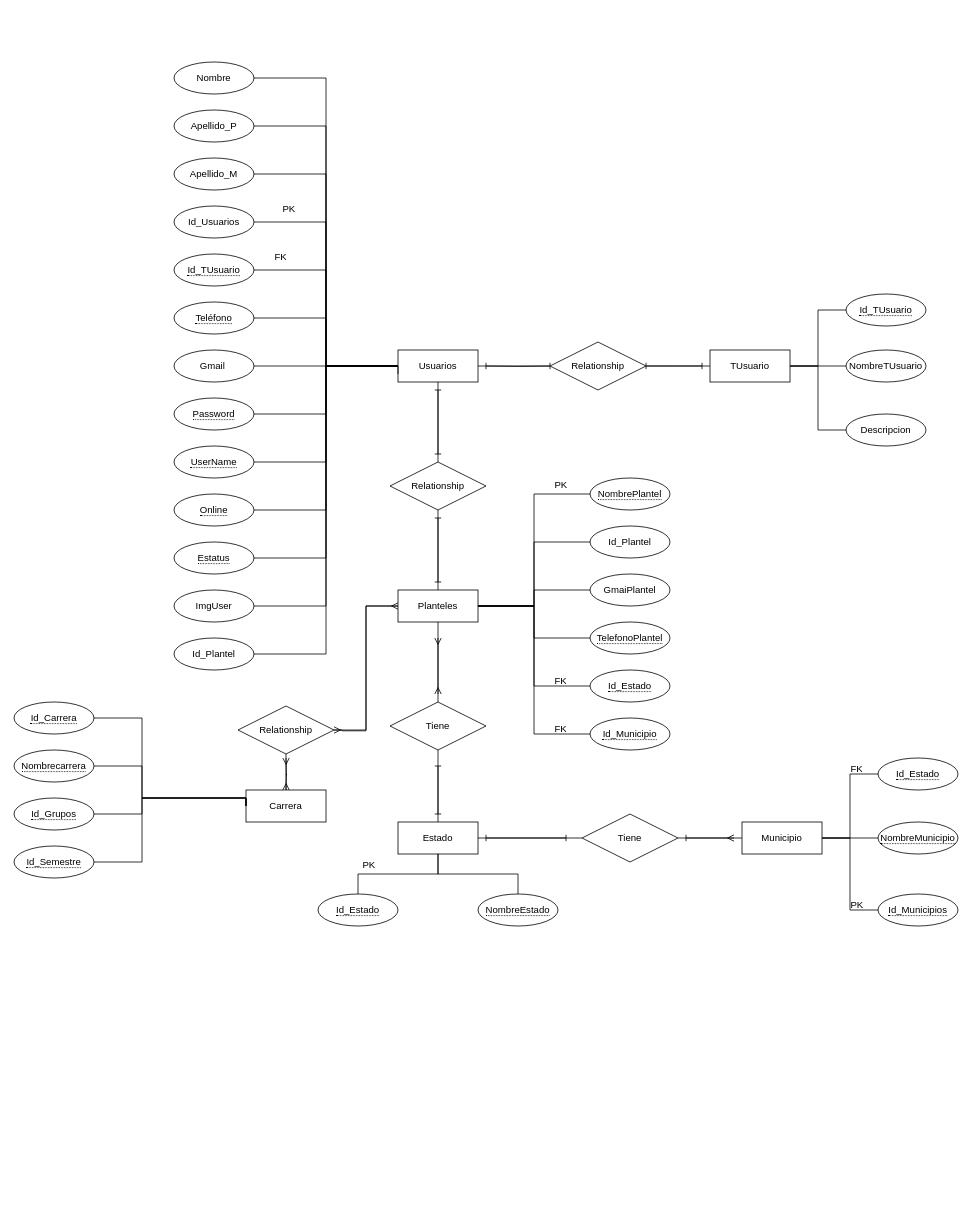
JosephPH7/ProyectoCode keeps this draw.io diagram as Diagrama code.drawio. Above is the earlier version. Source tidied: cells renumbered, new cells numbered last; positions are measured from the earlier drawing's top-left corner, leaving out a move shared by most shapes. Both pictures are drawn from the tidied source at 80%, with x=0, y=0 at pixel (14, 62).
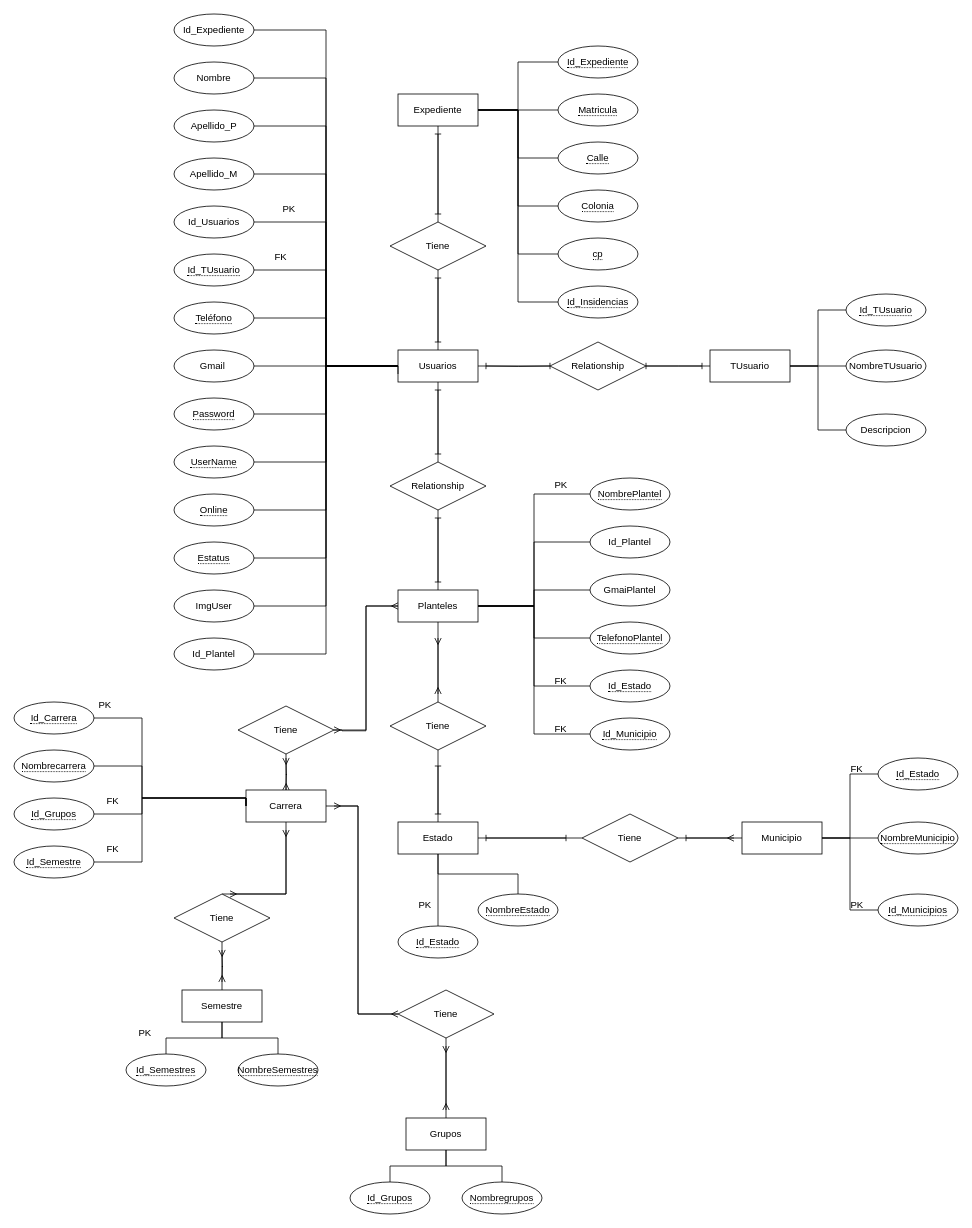
The same diagram, later.

Unchanged cells that the change refers to:
```xml
<mxCell id="6" value="Usuarios" style="whiteSpace=wrap;html=1;align=center;" parent="1" vertex="1">
  <mxGeometry x="480" y="360" width="100" height="40" as="geometry" />
</mxCell>
<mxCell id="91" value="Carrera" style="whiteSpace=wrap;html=1;align=center;" parent="1" vertex="1">
  <mxGeometry x="290" y="910" width="100" height="40" as="geometry" />
</mxCell>
```

Change to the diagram source:
```diff
@@
     <mxCell id="74" value="&lt;span style=&quot;border-bottom: 1px dotted&quot;&gt;Id_Estado&lt;/span&gt;" style="ellipse;whiteSpace=wrap;html=1;align=center;" parent="1" vertex="1">
-      <mxGeometry x="380" y="1040" width="100" height="40" as="geometry" />
+      <mxGeometry x="480" y="1080" width="100" height="40" as="geometry" />
     </mxCell>
@@
     <mxCell id="88" value="PK" style="text;strokeColor=none;fillColor=none;spacingLeft=4;spacingRight=4;overflow=hidden;fontSize=12;whiteSpace=wrap;html=1;" parent="1" vertex="1">
-      <mxGeometry x="430" y="990" width="40" height="30" as="geometry" />
+      <mxGeometry x="500" y="1040" width="40" height="30" as="geometry" />
     </mxCell>
@@
+    <mxCell id="103" style="edgeStyle=orthogonalEdgeStyle;rounded=0;jettySize=auto;html=1;entryX=0;entryY=0.5;entryDx=0;entryDy=0;endArrow=none;endFill=0;" parent="1" edge="1" source="91" target="121">
+      <mxGeometry relative="1" as="geometry">
+        <Array as="points">
+          <mxPoint x="430" y="930" />
+          <mxPoint x="430" y="1190" />
+        </Array>
+      </mxGeometry>
+    </mxCell>
+    <mxCell id="104" style="edgeStyle=orthogonalEdgeStyle;rounded=0;orthogonalLoop=1;jettySize=auto;html=1;endArrow=ERmany;endFill=0;startArrow=ERmany;startFill=0;" parent="1" edge="1">
+      <mxGeometry relative="1" as="geometry">
+        <mxPoint x="400" y="930" as="sourcePoint" />
+        <mxPoint x="480" y="1190" as="targetPoint" />
+        <Array as="points">
+          <mxPoint x="430" y="930" />
+          <mxPoint x="430" y="1190" />
+        </Array>
+      </mxGeometry>
+    </mxCell>
@@
-    <mxCell id="102" value="Relationship" style="shape=rhombus;perimeter=rhombusPerimeter;whiteSpace=wrap;html=1;align=center;" parent="1" vertex="1">
+    <mxCell id="102" value="Tiene" style="shape=rhombus;perimeter=rhombusPerimeter;whiteSpace=wrap;html=1;align=center;" parent="1" vertex="1">
       <mxGeometry x="280" y="805" width="120" height="60" as="geometry" />
     </mxCell>
+    <mxCell id="105" value="FK" style="text;strokeColor=none;fillColor=none;spacingLeft=4;spacingRight=4;overflow=hidden;fontSize=12;whiteSpace=wrap;html=1;" parent="1" vertex="1">
+      <mxGeometry x="110" y="970" width="40" height="30" as="geometry" />
+    </mxCell>
+    <mxCell id="106" value="FK" style="text;strokeColor=none;fillColor=none;spacingLeft=4;spacingRight=4;overflow=hidden;fontSize=12;whiteSpace=wrap;html=1;" parent="1" vertex="1">
+      <mxGeometry x="110" y="910" width="40" height="30" as="geometry" />
+    </mxCell>
+    <mxCell id="107" value="PK" style="text;strokeColor=none;fillColor=none;spacingLeft=4;spacingRight=4;overflow=hidden;fontSize=12;whiteSpace=wrap;html=1;" parent="1" vertex="1">
+      <mxGeometry x="100" y="790" width="40" height="30" as="geometry" />
+    </mxCell>
+    <mxCell id="108" style="edgeStyle=orthogonalEdgeStyle;rounded=0;jettySize=auto;html=1;entryX=0.5;entryY=1;entryDx=0;entryDy=0;endArrow=none;endFill=0;" parent="1" edge="1" source="110" target="91">
+      <mxGeometry relative="1" as="geometry">
+        <Array as="points">
+          <mxPoint x="340" y="1040" />
+        </Array>
+      </mxGeometry>
+    </mxCell>
+    <mxCell id="109" style="edgeStyle=orthogonalEdgeStyle;rounded=0;orthogonalLoop=1;jettySize=auto;html=1;startArrow=ERmany;startFill=0;endArrow=ERmany;endFill=0;" parent="1" edge="1">
+      <mxGeometry relative="1" as="geometry">
+        <mxPoint x="270" y="1040" as="sourcePoint" />
+        <mxPoint x="340" y="960" as="targetPoint" />
+        <Array as="points">
+          <mxPoint x="340" y="1040" />
+        </Array>
+      </mxGeometry>
+    </mxCell>
+    <mxCell id="110" value="Tiene" style="shape=rhombus;perimeter=rhombusPerimeter;whiteSpace=wrap;html=1;align=center;" parent="1" vertex="1">
+      <mxGeometry x="200" y="1040" width="120" height="60" as="geometry" />
+    </mxCell>
+    <mxCell id="111" style="edgeStyle=orthogonalEdgeStyle;rounded=0;jettySize=auto;html=1;entryX=0.5;entryY=1;entryDx=0;entryDy=0;endArrow=none;endFill=0;" parent="1" edge="1" source="113" target="110">
+      <mxGeometry relative="1" as="geometry" />
+    </mxCell>
+    <mxCell id="112" style="edgeStyle=orthogonalEdgeStyle;rounded=0;orthogonalLoop=1;jettySize=auto;html=1;startArrow=ERmany;startFill=0;endArrow=ERmany;endFill=0;" parent="1" edge="1">
+      <mxGeometry relative="1" as="geometry">
+        <mxPoint x="260" y="1150" as="sourcePoint" />
+        <mxPoint x="260" y="1110" as="targetPoint" />
+      </mxGeometry>
+    </mxCell>
+    <mxCell id="113" value="Semestre" style="whiteSpace=wrap;html=1;align=center;" parent="1" vertex="1">
+      <mxGeometry x="210" y="1160" width="100" height="40" as="geometry" />
+    </mxCell>
+    <mxCell id="114" style="edgeStyle=orthogonalEdgeStyle;rounded=0;jettySize=auto;html=1;entryX=0.5;entryY=1;entryDx=0;entryDy=0;endArrow=none;endFill=0;" parent="1" edge="1" source="115" target="113">
+      <mxGeometry relative="1" as="geometry" />
+    </mxCell>
+    <mxCell id="115" value="&lt;span style=&quot;border-bottom: 1px dotted&quot;&gt;NombreSemestres&lt;/span&gt;" style="ellipse;whiteSpace=wrap;html=1;align=center;" parent="1" vertex="1">
+      <mxGeometry x="280" y="1240" width="100" height="40" as="geometry" />
+    </mxCell>
+    <mxCell id="116" style="edgeStyle=orthogonalEdgeStyle;rounded=0;jettySize=auto;html=1;entryX=0.5;entryY=1;entryDx=0;entryDy=0;endArrow=none;endFill=0;" parent="1" edge="1" source="117" target="113">
+      <mxGeometry relative="1" as="geometry" />
+    </mxCell>
+    <mxCell id="117" value="&lt;span style=&quot;border-bottom: 1px dotted&quot;&gt;Id_Semestres&lt;/span&gt;" style="ellipse;whiteSpace=wrap;html=1;align=center;" parent="1" vertex="1">
+      <mxGeometry x="140" y="1240" width="100" height="40" as="geometry" />
+    </mxCell>
+    <mxCell id="118" value="PK" style="text;strokeColor=none;fillColor=none;spacingLeft=4;spacingRight=4;overflow=hidden;fontSize=12;whiteSpace=wrap;html=1;" parent="1" vertex="1">
+      <mxGeometry x="150" y="1200" width="40" height="30" as="geometry" />
+    </mxCell>
+    <mxCell id="119" style="edgeStyle=orthogonalEdgeStyle;rounded=0;jettySize=auto;html=1;endArrow=none;endFill=0;" parent="1" edge="1" source="121" target="122">
+      <mxGeometry relative="1" as="geometry" />
+    </mxCell>
+    <mxCell id="120" style="edgeStyle=orthogonalEdgeStyle;rounded=0;orthogonalLoop=1;jettySize=auto;html=1;startArrow=ERmany;startFill=0;endArrow=ERmany;endFill=0;" parent="1" edge="1">
+      <mxGeometry relative="1" as="geometry">
+        <mxPoint x="540" y="1230" as="sourcePoint" />
+        <mxPoint x="540" y="1310" as="targetPoint" />
+      </mxGeometry>
+    </mxCell>
+    <mxCell id="121" value="Tiene" style="shape=rhombus;perimeter=rhombusPerimeter;whiteSpace=wrap;html=1;align=center;" parent="1" vertex="1">
+      <mxGeometry x="480" y="1160" width="120" height="60" as="geometry" />
+    </mxCell>
+    <mxCell id="122" value="Grupos" style="whiteSpace=wrap;html=1;align=center;" parent="1" vertex="1">
+      <mxGeometry x="490" y="1320" width="100" height="40" as="geometry" />
+    </mxCell>
+    <mxCell id="123" style="edgeStyle=orthogonalEdgeStyle;rounded=0;jettySize=auto;html=1;endArrow=none;endFill=0;" parent="1" edge="1" source="124" target="122">
+      <mxGeometry relative="1" as="geometry" />
+    </mxCell>
+    <mxCell id="124" value="&lt;span style=&quot;border-bottom: 1px dotted&quot;&gt;Nombregrupos&lt;/span&gt;" style="ellipse;whiteSpace=wrap;html=1;align=center;" parent="1" vertex="1">
+      <mxGeometry x="560" y="1400" width="100" height="40" as="geometry" />
+    </mxCell>
+    <mxCell id="125" style="edgeStyle=orthogonalEdgeStyle;rounded=0;jettySize=auto;html=1;entryX=0.5;entryY=1;entryDx=0;entryDy=0;endArrow=none;endFill=0;" parent="1" edge="1" source="126" target="122">
+      <mxGeometry relative="1" as="geometry" />
+    </mxCell>
+    <mxCell id="126" value="&lt;span style=&quot;border-bottom: 1px dotted&quot;&gt;Id_Grupos&lt;/span&gt;" style="ellipse;whiteSpace=wrap;html=1;align=center;" parent="1" vertex="1">
+      <mxGeometry x="420" y="1400" width="100" height="40" as="geometry" />
+    </mxCell>
+    <mxCell id="127" style="edgeStyle=orthogonalEdgeStyle;rounded=0;jettySize=auto;html=1;entryX=0;entryY=0.5;entryDx=0;entryDy=0;endArrow=none;endFill=0;" parent="1" edge="1" source="128" target="6">
+      <mxGeometry relative="1" as="geometry" />
+    </mxCell>
+    <mxCell id="128" value="Id_Expediente" style="ellipse;whiteSpace=wrap;html=1;align=center;" parent="1" vertex="1">
+      <mxGeometry x="200" y="-60" width="100" height="40" as="geometry" />
+    </mxCell>
+    <mxCell id="129" style="edgeStyle=orthogonalEdgeStyle;rounded=0;jettySize=auto;html=1;endArrow=none;endFill=0;" parent="1" edge="1" source="133" target="6">
+      <mxGeometry relative="1" as="geometry" />
+    </mxCell>
+    <mxCell id="130" style="edgeStyle=orthogonalEdgeStyle;rounded=0;orthogonalLoop=1;jettySize=auto;html=1;endArrow=baseDash;endFill=0;startArrow=baseDash;startFill=0;" parent="1" edge="1">
+      <mxGeometry relative="1" as="geometry">
+        <mxPoint x="530" y="270" as="sourcePoint" />
+        <mxPoint x="530" y="350" as="targetPoint" />
+      </mxGeometry>
+    </mxCell>
+    <mxCell id="131" style="edgeStyle=orthogonalEdgeStyle;rounded=0;jettySize=auto;html=1;entryX=0.5;entryY=1;entryDx=0;entryDy=0;endArrow=none;endFill=0;" parent="1" edge="1" source="133" target="134">
+      <mxGeometry relative="1" as="geometry" />
+    </mxCell>
+    <mxCell id="132" style="edgeStyle=orthogonalEdgeStyle;rounded=0;orthogonalLoop=1;jettySize=auto;html=1;endArrow=baseDash;endFill=0;startArrow=baseDash;startFill=0;" parent="1" edge="1">
+      <mxGeometry relative="1" as="geometry">
+        <mxPoint x="530" y="190" as="sourcePoint" />
+        <mxPoint x="530" y="90" as="targetPoint" />
+      </mxGeometry>
+    </mxCell>
+    <mxCell id="133" value="Tiene" style="shape=rhombus;perimeter=rhombusPerimeter;whiteSpace=wrap;html=1;align=center;" parent="1" vertex="1">
+      <mxGeometry x="470" y="200" width="120" height="60" as="geometry" />
+    </mxCell>
+    <mxCell id="134" value="Expediente" style="whiteSpace=wrap;html=1;align=center;" parent="1" vertex="1">
+      <mxGeometry x="480" y="40" width="100" height="40" as="geometry" />
+    </mxCell>
+    <mxCell id="135" style="edgeStyle=orthogonalEdgeStyle;rounded=0;jettySize=auto;html=1;entryX=1;entryY=0.5;entryDx=0;entryDy=0;endArrow=none;endFill=0;" parent="1" edge="1" source="136" target="134">
+      <mxGeometry relative="1" as="geometry" />
+    </mxCell>
+    <mxCell id="136" value="&lt;span style=&quot;border-bottom: 1px dotted&quot;&gt;Id_Expediente&lt;/span&gt;" style="ellipse;whiteSpace=wrap;html=1;align=center;" parent="1" vertex="1">
+      <mxGeometry x="680" y="-20" width="100" height="40" as="geometry" />
+    </mxCell>
+    <mxCell id="137" style="edgeStyle=orthogonalEdgeStyle;rounded=0;jettySize=auto;html=1;entryX=1;entryY=0.5;entryDx=0;entryDy=0;endArrow=none;endFill=0;" parent="1" edge="1" source="138" target="134">
+      <mxGeometry relative="1" as="geometry" />
+    </mxCell>
+    <mxCell id="138" value="&lt;span style=&quot;border-bottom: 1px dotted&quot;&gt;Matricula&lt;/span&gt;" style="ellipse;whiteSpace=wrap;html=1;align=center;" parent="1" vertex="1">
+      <mxGeometry x="680" y="40" width="100" height="40" as="geometry" />
+    </mxCell>
+    <mxCell id="139" style="edgeStyle=orthogonalEdgeStyle;rounded=0;jettySize=auto;html=1;entryX=1;entryY=0.5;entryDx=0;entryDy=0;endArrow=none;endFill=0;" parent="1" edge="1" source="140" target="134">
+      <mxGeometry relative="1" as="geometry" />
+    </mxCell>
+    <mxCell id="140" value="&lt;span style=&quot;border-bottom: 1px dotted&quot;&gt;Calle&lt;/span&gt;" style="ellipse;whiteSpace=wrap;html=1;align=center;" parent="1" vertex="1">
+      <mxGeometry x="680" y="100" width="100" height="40" as="geometry" />
+    </mxCell>
+    <mxCell id="141" style="edgeStyle=orthogonalEdgeStyle;rounded=0;jettySize=auto;html=1;entryX=1;entryY=0.5;entryDx=0;entryDy=0;endArrow=none;endFill=0;" parent="1" edge="1" source="142" target="134">
+      <mxGeometry relative="1" as="geometry" />
+    </mxCell>
+    <mxCell id="142" value="&lt;span style=&quot;border-bottom: 1px dotted&quot;&gt;Colonia&lt;/span&gt;" style="ellipse;whiteSpace=wrap;html=1;align=center;" parent="1" vertex="1">
+      <mxGeometry x="680" y="160" width="100" height="40" as="geometry" />
+    </mxCell>
+    <mxCell id="143" style="edgeStyle=orthogonalEdgeStyle;rounded=0;jettySize=auto;html=1;entryX=1;entryY=0.5;entryDx=0;entryDy=0;endArrow=none;endFill=0;" parent="1" edge="1" source="144" target="134">
+      <mxGeometry relative="1" as="geometry" />
+    </mxCell>
+    <mxCell id="144" value="&lt;span style=&quot;border-bottom: 1px dotted&quot;&gt;Id_Insidencias&lt;/span&gt;" style="ellipse;whiteSpace=wrap;html=1;align=center;" parent="1" vertex="1">
+      <mxGeometry x="680" y="280" width="100" height="40" as="geometry" />
+    </mxCell>
+    <mxCell id="145" style="edgeStyle=orthogonalEdgeStyle;rounded=0;jettySize=auto;html=1;entryX=1;entryY=0.5;entryDx=0;entryDy=0;endArrow=none;endFill=0;" parent="1" edge="1" source="146" target="134">
+      <mxGeometry relative="1" as="geometry" />
+    </mxCell>
+    <mxCell id="146" value="&lt;span style=&quot;border-bottom: 1px dotted&quot;&gt;cp&lt;/span&gt;" style="ellipse;whiteSpace=wrap;html=1;align=center;" parent="1" vertex="1">
+      <mxGeometry x="680" y="220" width="100" height="40" as="geometry" />
+    </mxCell>
```
